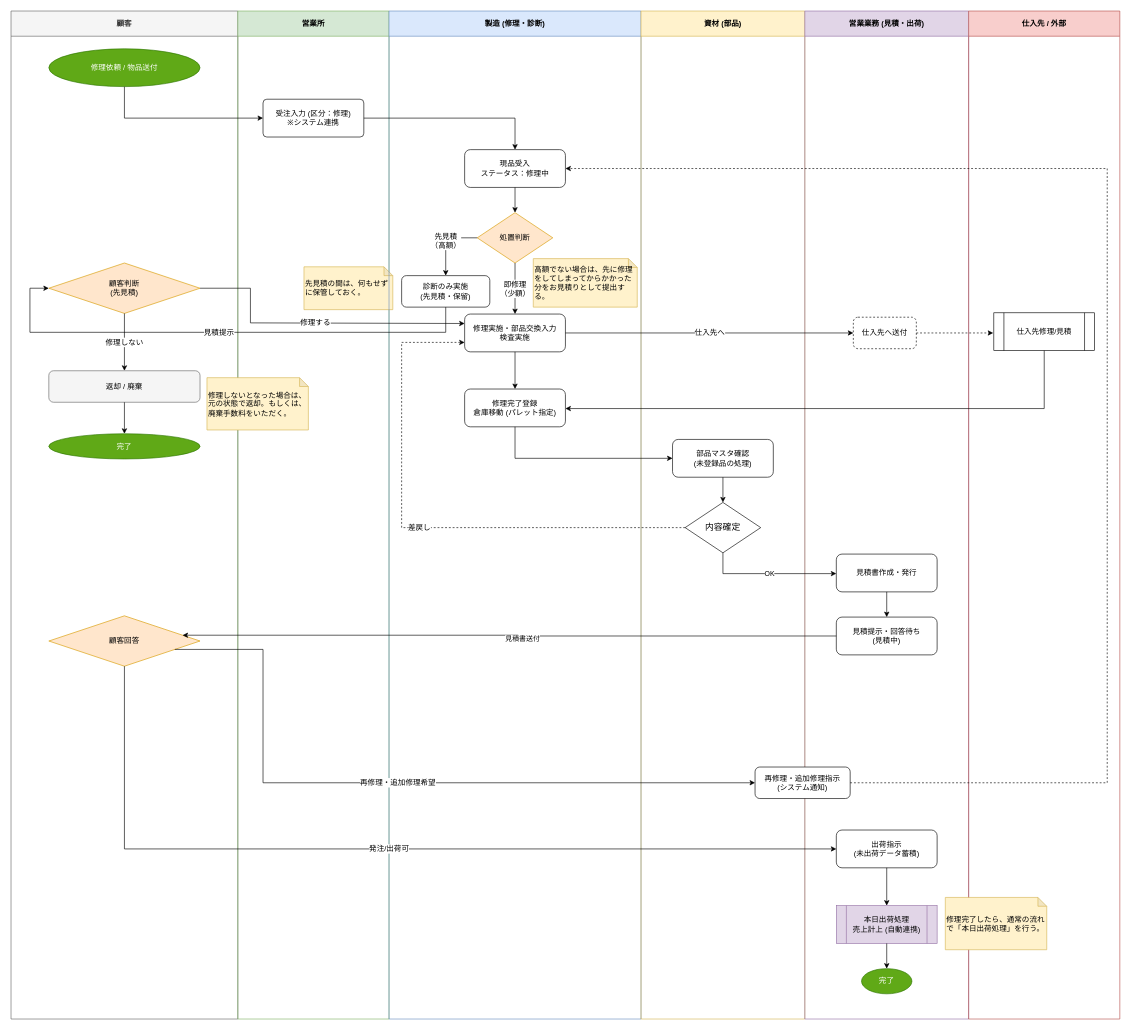
tmiyakawa-tsp/drawio-swimlane-flowchart keeps this draw.io diagram as skill/assets/example_swimlane.drawio. Above is the earlier version. Source tidied: cells renumbered, new cells numbered last; positions are measured from the earlier drawing's top-left corner, leaving out a move shared by most shapes. Both pictures are drawn from the tidied source at 63%, with x=0, y=0 at pixel (11, 11).
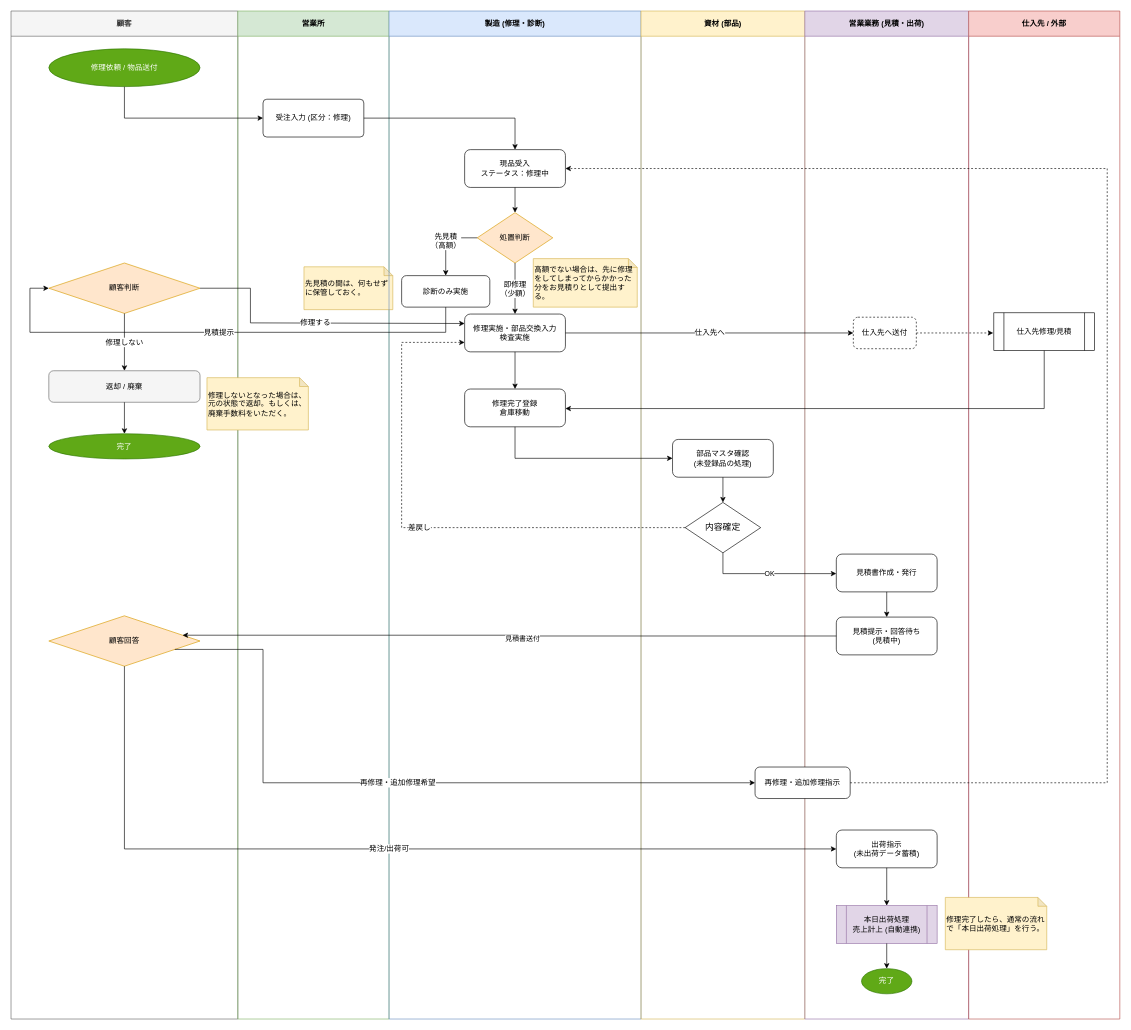
After the change.

Commit message:
chore: remove domain-specific annotations from example drawio

The change refers to these unchanged cells:
```xml
<mxCell id="2" value="顧客" style="swimlane;startSize=40;html=1;whiteSpace=wrap;fillColor=#f5f5f5;fontColor=#333333;strokeColor=#666666;" parent="1" vertex="1">
  <mxGeometry width="360" height="1600" as="geometry" />
</mxCell>
<mxCell id="8" value="営業所" style="swimlane;startSize=40;html=1;whiteSpace=wrap;fillColor=#d5e8d4;strokeColor=#82b366;" parent="1" vertex="1">
  <mxGeometry x="360" width="240" height="1600" as="geometry" />
</mxCell>
<mxCell id="12" value="製造 (修理・診断)" style="swimlane;startSize=40;html=1;whiteSpace=wrap;fillColor=#dae8fc;strokeColor=#6c8ebf;" parent="1" vertex="1">
  <mxGeometry x="600" width="400" height="1600" as="geometry" />
</mxCell>
<mxCell id="22" value="営業業務 (見積・出荷)" style="swimlane;startSize=40;html=1;whiteSpace=wrap;fillColor=#e1d5e7;strokeColor=#9673a6;" parent="1" vertex="1">
  <mxGeometry x="1260" width="260" height="1600" as="geometry" />
</mxCell>
```

Change to the diagram source:
```diff
@@
-    <mxCell id="4" value="顧客判断&#10;(先見積)" style="rhombus;whiteSpace=wrap;html=1;fillColor=#ffe6cc;strokeColor=#d79b00;" parent="2" vertex="1">
+    <mxCell id="4" value="顧客判断" style="rhombus;whiteSpace=wrap;html=1;fillColor=#ffe6cc;strokeColor=#d79b00;" parent="2" vertex="1">
       <mxGeometry x="60" y="400" width="240" height="80" as="geometry" />
     </mxCell>
@@
-    <mxCell id="9" value="受注入力 (区分：修理)&#10;※システム連携" style="rounded=1;whiteSpace=wrap;html=1;arcSize=10;" parent="8" vertex="1">
+    <mxCell id="9" value="受注入力 (区分：修理)" style="rounded=1;whiteSpace=wrap;html=1;arcSize=10;" parent="8" vertex="1">
       <mxGeometry x="40" y="140" width="160" height="60" as="geometry" />
     </mxCell>
@@
-    <mxCell id="16" value="診断のみ実施&#10;(先見積・保留)" style="rounded=1;whiteSpace=wrap;html=1;" parent="12" vertex="1">
+    <mxCell id="16" value="診断のみ実施" style="rounded=1;whiteSpace=wrap;html=1;" parent="12" vertex="1">
       <mxGeometry x="20" y="420" width="140" height="50" as="geometry" />
     </mxCell>
-    <mxCell id="17" value="修理完了登録&#10;倉庫移動 (パレット指定)" style="rounded=1;whiteSpace=wrap;html=1;fontStyle=0;" parent="12" vertex="1">
+    <mxCell id="17" value="修理完了登録&#10;倉庫移動" style="rounded=1;whiteSpace=wrap;html=1;fontStyle=0;" parent="12" vertex="1">
       <mxGeometry x="120" y="600" width="160" height="60" as="geometry" />
     </mxCell>
@@
-    <mxCell id="25" value="再修理・追加修理指示&lt;br&gt;(システム通知)" style="rounded=1;whiteSpace=wrap;html=1;" parent="22" vertex="1">
+    <mxCell id="25" value="再修理・追加修理指示" style="rounded=1;whiteSpace=wrap;html=1;" parent="22" vertex="1">
       <mxGeometry x="-79" y="1200" width="151" height="50" as="geometry" />
     </mxCell>
```
